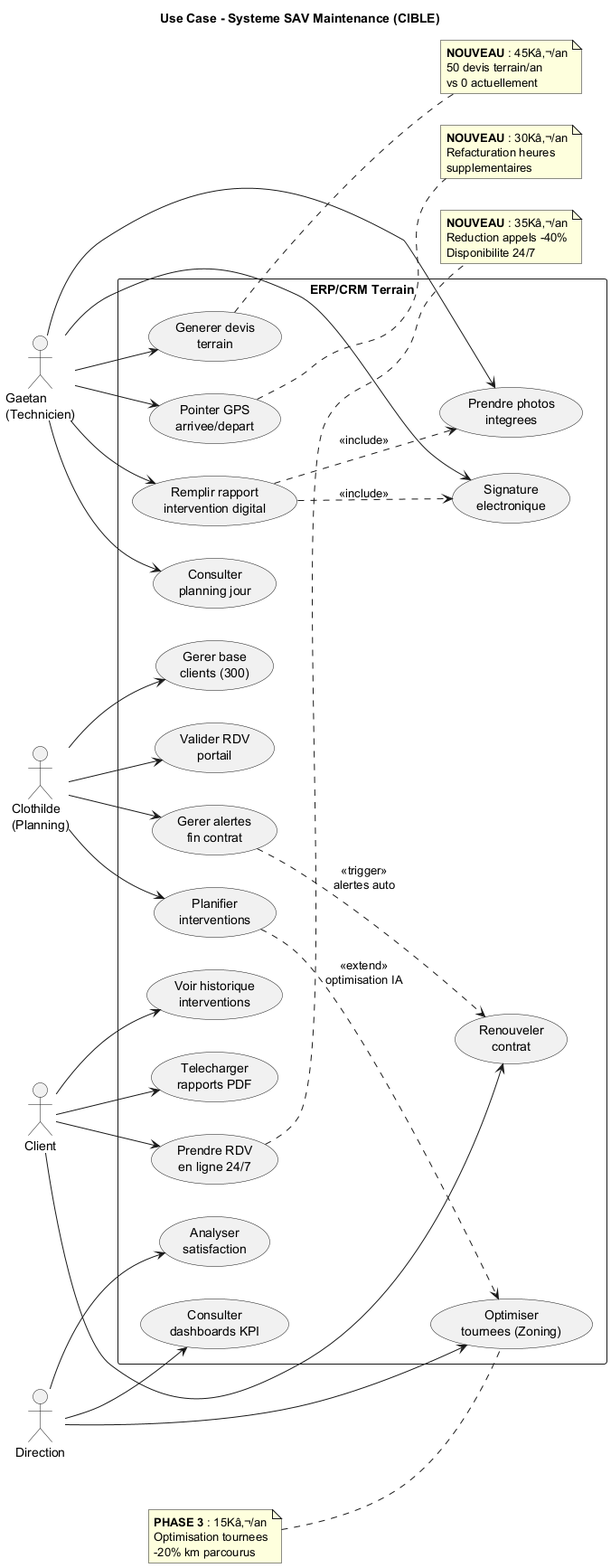
This is Maintenance-Technique/uml/UseCase_Acteurs.png from JordanSerafini/Audit_Duret, a PlantUML export, as it was before one commit.
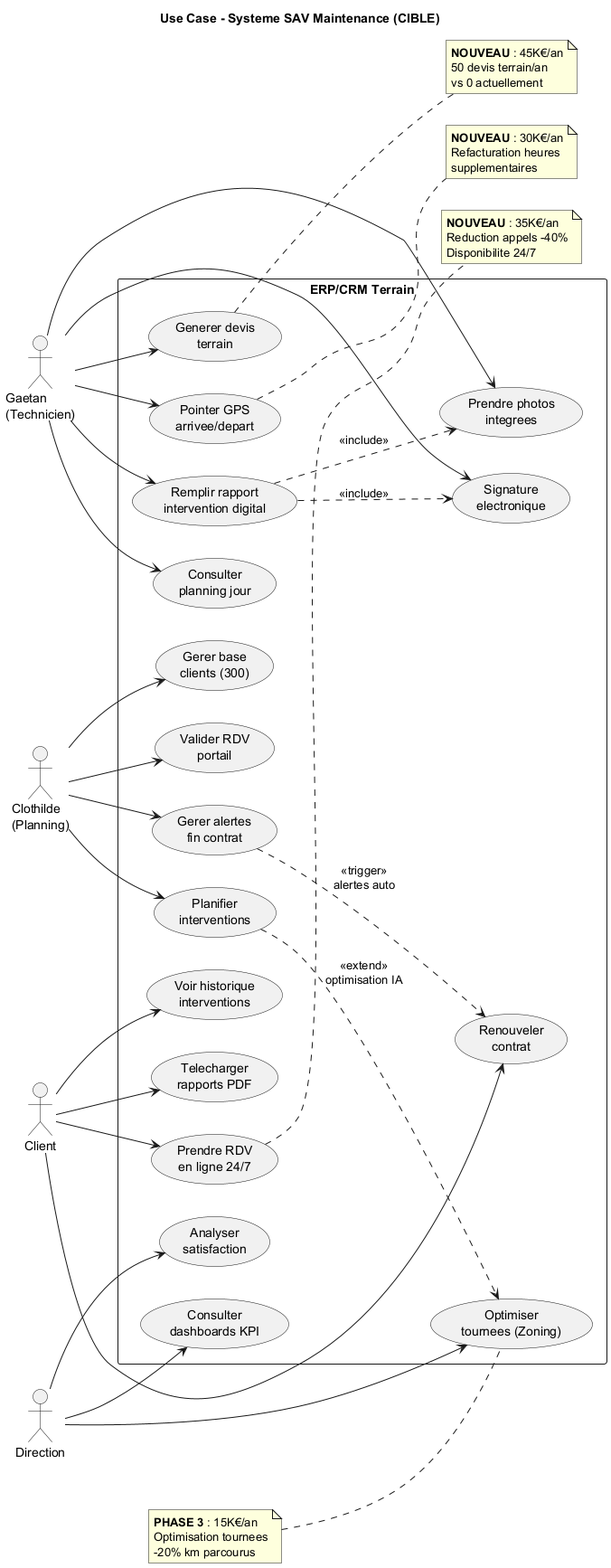
Later version of the same file.

Change to the diagram source:
```diff
@@ -61,25 +61,25 @@
 UC10 ..> UC14 : <<trigger>>\nalertes auto
 
 note right of UC3
-  **NOUVEAU** : 45Kâ‚¬/an
+  **NOUVEAU** : 45K€/an
   50 devis terrain/an
   vs 0 actuellement
 end note
 
 note right of UC4
-  **NOUVEAU** : 30Kâ‚¬/an
+  **NOUVEAU** : 30K€/an
   Refacturation heures
   supplementaires
 end note
 
 note right of UC11
-  **NOUVEAU** : 35Kâ‚¬/an
+  **NOUVEAU** : 35K€/an
   Reduction appels -40%
   Disponibilite 24/7
 end note
 
 note left of UC17
-  **PHASE 3** : 15Kâ‚¬/an
+  **PHASE 3** : 15K€/an
   Optimisation tournees
   -20% km parcourus
 end note
```
